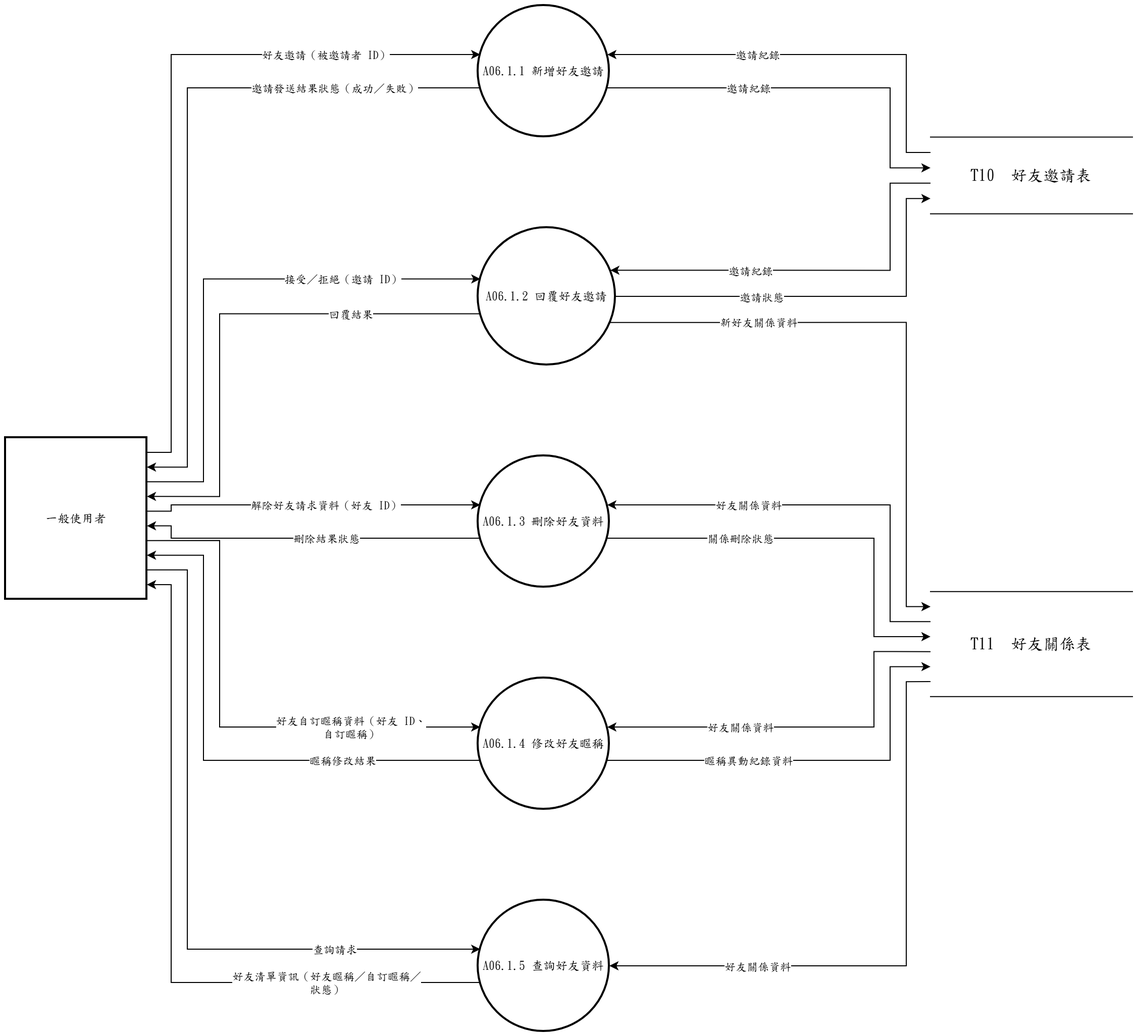
Above: 系統文件/第6章/DFD圖/圖6/新/圖6-1.drawio.png in s22452007/115502 (draw.io), before the change. Source tidied: cells renumbered, new cells last; positions are measured from the earlier drawing's top-left corner, leaving out a move shared by most shapes.
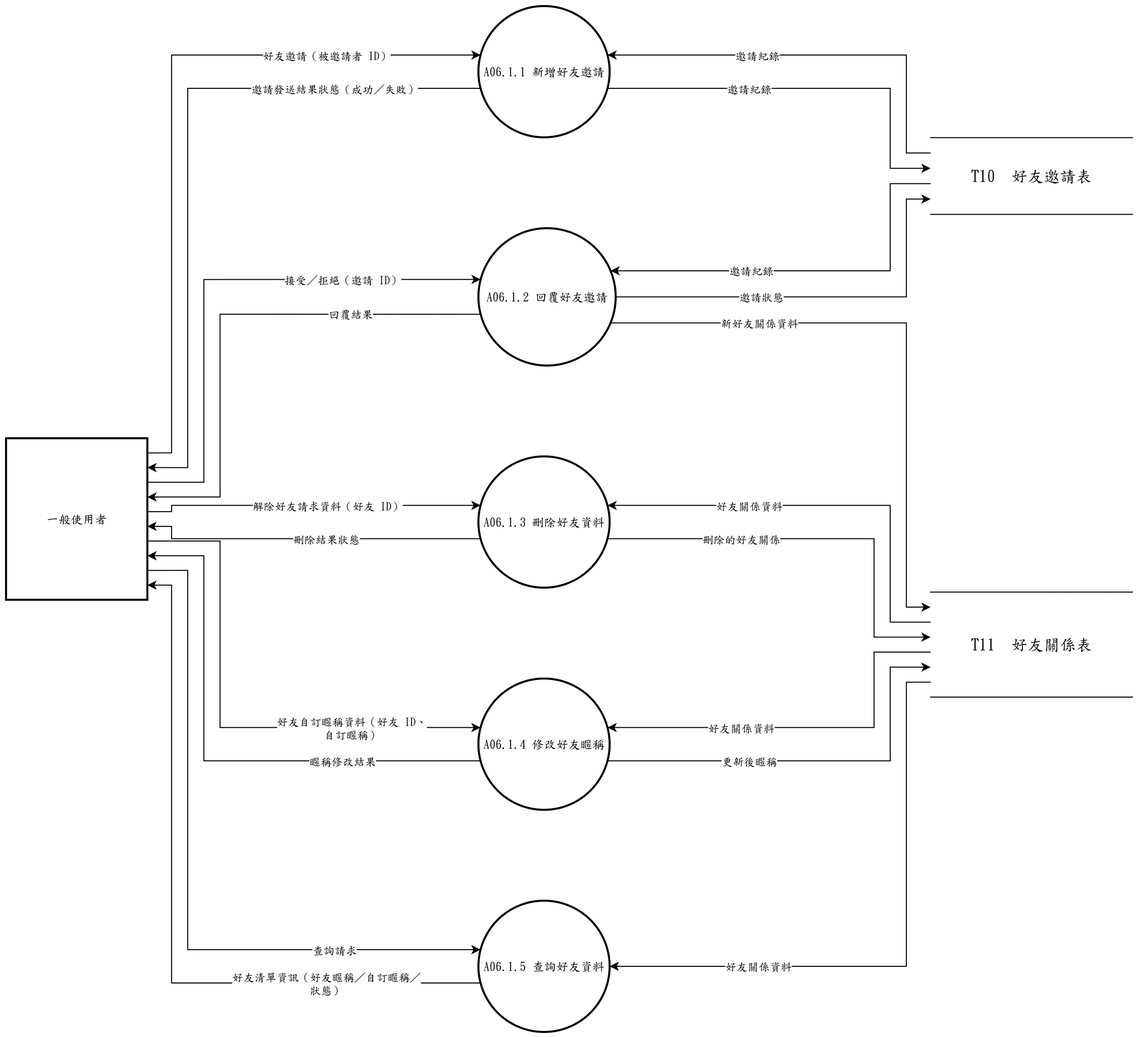
The same file after the commit.

Diff of the diagram source:
```diff
@@ -166,7 +166,7 @@
         </Array>
       </mxGeometry>
     </mxCell>
-    <mxCell id="35" value="關係刪除狀態" style="edgeLabel;html=1;align=center;verticalAlign=middle;fontFamily=標楷體;" parent="34" vertex="1">
+    <mxCell id="35" value="刪除的好友關係" style="edgeLabel;html=1;align=center;verticalAlign=middle;fontFamily=標楷體;" parent="34" vertex="1">
       <mxGeometry x="-0.37" relative="1" as="geometry" />
     </mxCell>
     <mxCell id="36" style="edgeStyle=none;rounded=0;html=1;fontFamily=標楷體;endArrow=classic;exitX=1.0000;exitY=0.6364;exitDx=0;exitDy=0;exitPerimeter=0;entryX=0.0163;entryY=0.3733;entryDx=0;entryDy=0;entryPerimeter=0;" parent="1" edge="1" source="7" target="5">
@@ -210,7 +210,7 @@
         </Array>
       </mxGeometry>
     </mxCell>
-    <mxCell id="43" value="暱稱異動紀錄資料" style="edgeLabel;html=1;align=center;verticalAlign=middle;fontFamily=標楷體;" parent="42" vertex="1">
+    <mxCell id="43" value="更新後暱稱" style="edgeLabel;html=1;align=center;verticalAlign=middle;fontFamily=標楷體;" parent="42" vertex="1">
       <mxGeometry x="-0.32" relative="1" as="geometry" />
     </mxCell>
     <mxCell id="44" style="edgeStyle=none;rounded=0;html=1;fontFamily=標楷體;endArrow=classic;exitX=1.0000;exitY=0.8182;exitDx=0;exitDy=0;exitPerimeter=0;entryX=0.0163;entryY=0.3733;entryDx=0;entryDy=0;entryPerimeter=0;" parent="1" edge="1" source="7" target="6">
```
